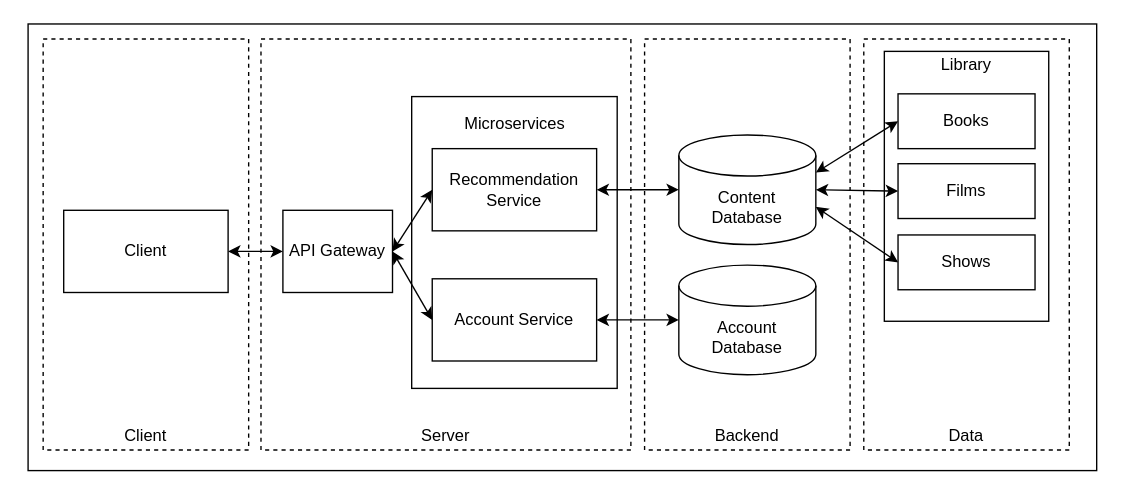
Before: app/api/CloudNativeAppArchitectureV1.drawio in JotaFilip/cn-g, a draw.io diagram. Source tidied: cells renumbered, new cells numbered last; positions are measured from the earlier drawing's top-left corner, leaving out a move shared by most shapes. Both pictures are drawn from the tidied source at 137%, with x=0, y=0 at pixel (27, 23).
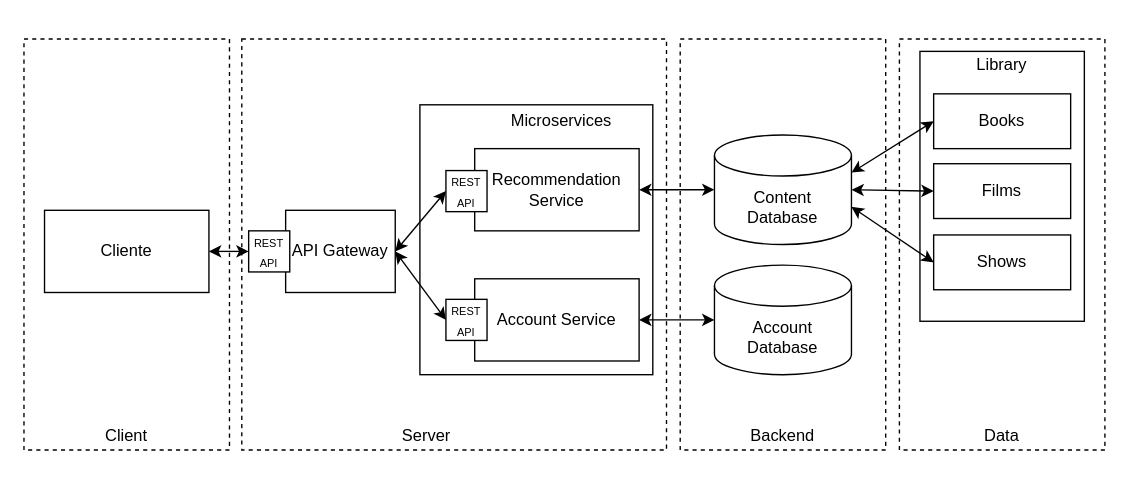
Above is the later version.

The edit, as a diff of the source:
```diff
@@
-    <mxCell id="2" style="group;" parent="1" vertex="1">
-      <mxGeometry width="780" height="326" as="geometry" />
-    </mxCell>
-    <mxCell id="3" style="rounded=0;whiteSpace=wrap;html=1;" parent="2" vertex="1">
-      <mxGeometry width="780" height="326" as="geometry" />
-    </mxCell>
-    <mxCell id="4" style="rounded=0;whiteSpace=wrap;html=1;dashed=1;fillColor=none;" parent="2" vertex="1">
-      <mxGeometry x="11" y="11" width="150" height="300" as="geometry" />
+    <mxCell id="4" style="rounded=0;whiteSpace=wrap;html=1;dashed=1;fillColor=none;" parent="1" vertex="1">
+      <mxGeometry x="-3" y="11" width="150" height="300" as="geometry" />
     </mxCell>
-    <mxCell id="5" style="rounded=0;whiteSpace=wrap;html=1;dashed=1;fillColor=none;" parent="2" vertex="1">
-      <mxGeometry x="170" y="11" width="270" height="300" as="geometry" />
+    <mxCell id="5" style="rounded=0;whiteSpace=wrap;html=1;dashed=1;fillColor=none;" parent="1" vertex="1">
+      <mxGeometry x="156" y="11" width="310" height="300" as="geometry" />
     </mxCell>
-    <mxCell id="6" style="rounded=0;whiteSpace=wrap;html=1;dashed=1;fillColor=none;" parent="2" vertex="1">
-      <mxGeometry x="610" y="11" width="150" height="300" as="geometry" />
+    <mxCell id="6" style="rounded=0;whiteSpace=wrap;html=1;dashed=1;fillColor=none;" parent="1" vertex="1">
+      <mxGeometry x="636" y="11" width="150" height="300" as="geometry" />
     </mxCell>
-    <mxCell id="7" style="rounded=0;whiteSpace=wrap;html=1;dashed=1;fillColor=none;" parent="2" vertex="1">
-      <mxGeometry x="450" y="11" width="150" height="300" as="geometry" />
+    <mxCell id="7" style="rounded=0;whiteSpace=wrap;html=1;dashed=1;fillColor=none;" parent="1" vertex="1">
+      <mxGeometry x="476" y="11" width="150" height="300" as="geometry" />
     </mxCell>
-    <mxCell id="8" value="Client" style="rounded=0;whiteSpace=wrap;html=1;" parent="2" vertex="1">
-      <mxGeometry x="26" y="136" width="120" height="60" as="geometry" />
+    <mxCell id="8" value="Cliente" style="rounded=0;whiteSpace=wrap;html=1;" parent="1" vertex="1">
+      <mxGeometry x="12" y="136" width="120" height="60" as="geometry" />
     </mxCell>
-    <mxCell id="9" value="API Gateway" style="rounded=0;whiteSpace=wrap;html=1;" parent="2" vertex="1">
-      <mxGeometry x="186" y="136" width="80" height="60" as="geometry" />
+    <mxCell id="9" value="API Gateway" style="rounded=0;whiteSpace=wrap;html=1;" parent="1" vertex="1">
+      <mxGeometry x="188" y="136" width="80" height="60" as="geometry" />
     </mxCell>
-    <mxCell id="10" value="Content&lt;br&gt;Database" style="shape=cylinder3;whiteSpace=wrap;html=1;boundedLbl=1;backgroundOutline=1;size=15;" parent="2" vertex="1">
-      <mxGeometry x="475" y="81" width="100" height="80" as="geometry" />
+    <mxCell id="10" value="Content&lt;br&gt;Database" style="shape=cylinder3;whiteSpace=wrap;html=1;boundedLbl=1;backgroundOutline=1;size=15;" parent="1" vertex="1">
+      <mxGeometry x="501" y="81" width="100" height="80" as="geometry" />
     </mxCell>
-    <mxCell id="11" value="Backend" style="text;html=1;strokeColor=none;fillColor=none;align=center;verticalAlign=middle;whiteSpace=wrap;rounded=0;dashed=1;" parent="2" vertex="1">
-      <mxGeometry x="505" y="291" width="40" height="20" as="geometry" />
+    <mxCell id="11" value="Backend" style="text;html=1;strokeColor=none;fillColor=none;align=center;verticalAlign=middle;whiteSpace=wrap;rounded=0;dashed=1;" parent="1" vertex="1">
+      <mxGeometry x="531" y="291" width="40" height="20" as="geometry" />
     </mxCell>
-    <mxCell id="12" style="rounded=0;whiteSpace=wrap;html=1;fillColor=none;" parent="2" vertex="1">
-      <mxGeometry x="625" y="20" width="120" height="197" as="geometry" />
+    <mxCell id="12" style="rounded=0;whiteSpace=wrap;html=1;fillColor=none;" parent="1" vertex="1">
+      <mxGeometry x="651" y="20" width="120" height="197" as="geometry" />
     </mxCell>
-    <mxCell id="13" value="Data" style="text;html=1;strokeColor=none;fillColor=none;align=center;verticalAlign=middle;whiteSpace=wrap;rounded=0;dashed=1;" parent="2" vertex="1">
-      <mxGeometry x="665" y="291" width="40" height="20" as="geometry" />
+    <mxCell id="13" value="Data" style="text;html=1;strokeColor=none;fillColor=none;align=center;verticalAlign=middle;whiteSpace=wrap;rounded=0;dashed=1;" parent="1" vertex="1">
+      <mxGeometry x="691" y="291" width="40" height="20" as="geometry" />
     </mxCell>
-    <mxCell id="14" value="Library" style="text;html=1;strokeColor=none;fillColor=none;align=center;verticalAlign=middle;whiteSpace=wrap;rounded=0;" parent="2" vertex="1">
-      <mxGeometry x="665" y="20" width="40" height="20" as="geometry" />
+    <mxCell id="14" value="Library" style="text;html=1;strokeColor=none;fillColor=none;align=center;verticalAlign=middle;whiteSpace=wrap;rounded=0;" parent="1" vertex="1">
+      <mxGeometry x="691" y="20" width="40" height="20" as="geometry" />
     </mxCell>
-    <mxCell id="15" value="Books" style="rounded=0;whiteSpace=wrap;html=1;fillColor=none;" parent="2" vertex="1">
-      <mxGeometry x="635" y="51" width="100" height="40" as="geometry" />
+    <mxCell id="15" value="Books" style="rounded=0;whiteSpace=wrap;html=1;fillColor=none;" parent="1" vertex="1">
+      <mxGeometry x="661" y="51" width="100" height="40" as="geometry" />
     </mxCell>
-    <mxCell id="16" value="Films" style="rounded=0;whiteSpace=wrap;html=1;fillColor=none;" parent="2" vertex="1">
-      <mxGeometry x="635" y="102" width="100" height="40" as="geometry" />
+    <mxCell id="16" value="Films" style="rounded=0;whiteSpace=wrap;html=1;fillColor=none;" parent="1" vertex="1">
+      <mxGeometry x="661" y="102" width="100" height="40" as="geometry" />
     </mxCell>
-    <mxCell id="17" value="Shows" style="rounded=0;whiteSpace=wrap;html=1;fillColor=none;" parent="2" vertex="1">
-      <mxGeometry x="635" y="154" width="100" height="40" as="geometry" />
+    <mxCell id="17" value="Shows" style="rounded=0;whiteSpace=wrap;html=1;fillColor=none;" parent="1" vertex="1">
+      <mxGeometry x="661" y="154" width="100" height="40" as="geometry" />
     </mxCell>
-    <mxCell id="18" value="Account&lt;br&gt;Database" style="shape=cylinder3;whiteSpace=wrap;html=1;boundedLbl=1;backgroundOutline=1;size=15;" parent="2" vertex="1">
-      <mxGeometry x="475" y="176" width="100" height="80" as="geometry" />
+    <mxCell id="18" value="Account&lt;br&gt;Database" style="shape=cylinder3;whiteSpace=wrap;html=1;boundedLbl=1;backgroundOutline=1;size=15;" parent="1" vertex="1">
+      <mxGeometry x="501" y="176" width="100" height="80" as="geometry" />
     </mxCell>
-    <mxCell id="19" style="rounded=0;whiteSpace=wrap;html=1;fillColor=none;" parent="2" vertex="1">
-      <mxGeometry x="280" y="53" width="150" height="213" as="geometry" />
-    </mxCell>
-    <mxCell id="20" value="Microservices" style="text;html=1;strokeColor=none;fillColor=none;align=center;verticalAlign=middle;whiteSpace=wrap;rounded=0;" parent="2" vertex="1">
-      <mxGeometry x="307.5" y="63" width="95" height="20" as="geometry" />
+    <mxCell id="20" value="Microservices" style="text;html=1;strokeColor=none;fillColor=none;align=center;verticalAlign=middle;whiteSpace=wrap;rounded=0;" parent="1" vertex="1">
+      <mxGeometry x="342" y="61" width="95" height="20" as="geometry" />
     </mxCell>
-    <mxCell id="21" value="Recommendation Service" style="rounded=0;whiteSpace=wrap;html=1;fillColor=none;" parent="2" vertex="1">
-      <mxGeometry x="295" y="91" width="120" height="60" as="geometry" />
+    <mxCell id="21" value="Recommendation Service" style="rounded=0;whiteSpace=wrap;html=1;fillColor=none;" parent="1" vertex="1">
+      <mxGeometry x="326" y="91" width="120" height="60" as="geometry" />
     </mxCell>
-    <mxCell id="22" value="Account Service" style="rounded=0;whiteSpace=wrap;html=1;fillColor=none;" parent="2" vertex="1">
-      <mxGeometry x="295" y="186" width="120" height="60" as="geometry" />
+    <mxCell id="22" value="Account Service" style="rounded=0;whiteSpace=wrap;html=1;fillColor=none;" parent="1" vertex="1">
+      <mxGeometry x="326" y="186" width="120" height="60" as="geometry" />
     </mxCell>
-    <mxCell id="23" style="endArrow=classic;startArrow=classic;html=1;entryX=0;entryY=0.5;entryDx=0;entryDy=0;entryPerimeter=0;exitX=1;exitY=0.5;exitDx=0;exitDy=0;" parent="2" edge="1" source="21" target="10">
+    <mxCell id="23" style="endArrow=classic;startArrow=classic;html=1;entryX=0;entryY=0.5;entryDx=0;entryDy=0;entryPerimeter=0;exitX=1;exitY=0.5;exitDx=0;exitDy=0;" parent="1" edge="1" source="21" target="10">
       <mxGeometry relative="1" as="geometry" />
     </mxCell>
-    <mxCell id="24" style="endArrow=classic;startArrow=classic;html=1;exitX=1;exitY=0.5;exitDx=0;exitDy=0;entryX=0;entryY=0.5;entryDx=0;entryDy=0;entryPerimeter=0;" parent="2" edge="1" source="22" target="18">
+    <mxCell id="24" style="endArrow=classic;startArrow=classic;html=1;exitX=1;exitY=0.5;exitDx=0;exitDy=0;entryX=0;entryY=0.5;entryDx=0;entryDy=0;entryPerimeter=0;" parent="1" edge="1" source="22" target="18">
       <mxGeometry relative="1" as="geometry" />
     </mxCell>
-    <mxCell id="25" style="endArrow=classic;startArrow=classic;html=1;exitX=1;exitY=0.5;exitDx=0;exitDy=0;entryX=0;entryY=0.5;entryDx=0;entryDy=0;" parent="2" edge="1" source="8" target="9">
+    <mxCell id="25" style="endArrow=classic;startArrow=classic;html=1;exitX=1;exitY=0.5;exitDx=0;exitDy=0;entryX=0;entryY=0.5;entryDx=0;entryDy=0;" parent="1" edge="1" source="8" target="35">
       <mxGeometry relative="1" as="geometry" />
     </mxCell>
-    <mxCell id="26" style="endArrow=classic;startArrow=classic;html=1;exitX=1;exitY=0.5;exitDx=0;exitDy=0;entryX=0;entryY=0.5;entryDx=0;entryDy=0;" parent="2" edge="1" source="9" target="21">
+    <mxCell id="26" style="endArrow=classic;startArrow=classic;html=1;exitX=1;exitY=0.5;exitDx=0;exitDy=0;entryX=0;entryY=0.5;entryDx=0;entryDy=0;" parent="1" edge="1" source="9" target="33">
       <mxGeometry relative="1" as="geometry" />
     </mxCell>
-    <mxCell id="27" style="endArrow=classic;startArrow=classic;html=1;exitX=1;exitY=0.5;exitDx=0;exitDy=0;entryX=0;entryY=0.5;entryDx=0;entryDy=0;" parent="2" edge="1" source="9" target="22">
+    <mxCell id="27" style="endArrow=classic;startArrow=classic;html=1;exitX=1;exitY=0.5;exitDx=0;exitDy=0;entryX=0;entryY=0.5;entryDx=0;entryDy=0;" parent="1" edge="1" source="9" target="34">
       <mxGeometry relative="1" as="geometry" />
     </mxCell>
-    <mxCell id="28" value="Client" style="text;html=1;strokeColor=none;fillColor=none;align=center;verticalAlign=middle;whiteSpace=wrap;rounded=0;" parent="2" vertex="1">
-      <mxGeometry x="66" y="291" width="40" height="20" as="geometry" />
+    <mxCell id="28" value="Client" style="text;html=1;strokeColor=none;fillColor=none;align=center;verticalAlign=middle;whiteSpace=wrap;rounded=0;" parent="1" vertex="1">
+      <mxGeometry x="52" y="291" width="40" height="20" as="geometry" />
     </mxCell>
-    <mxCell id="29" value="Server" style="text;html=1;strokeColor=none;fillColor=none;align=center;verticalAlign=middle;whiteSpace=wrap;rounded=0;" parent="2" vertex="1">
-      <mxGeometry x="285" y="291" width="40" height="20" as="geometry" />
+    <mxCell id="29" value="Server" style="text;html=1;strokeColor=none;fillColor=none;align=center;verticalAlign=middle;whiteSpace=wrap;rounded=0;" parent="1" vertex="1">
+      <mxGeometry x="271" y="291" width="40" height="20" as="geometry" />
     </mxCell>
-    <mxCell id="30" style="endArrow=classic;startArrow=classic;html=1;exitX=1;exitY=0;exitDx=0;exitDy=27.5;exitPerimeter=0;entryX=0;entryY=0.5;entryDx=0;entryDy=0;" parent="2" edge="1" source="10" target="15">
+    <mxCell id="30" style="endArrow=classic;startArrow=classic;html=1;exitX=1;exitY=0;exitDx=0;exitDy=27.5;exitPerimeter=0;entryX=0;entryY=0.5;entryDx=0;entryDy=0;" parent="1" edge="1" source="10" target="15">
       <mxGeometry relative="1" as="geometry" />
     </mxCell>
-    <mxCell id="31" style="endArrow=classic;startArrow=classic;html=1;exitX=1;exitY=0.5;exitDx=0;exitDy=0;exitPerimeter=0;entryX=0;entryY=0.5;entryDx=0;entryDy=0;" parent="2" edge="1" source="10" target="16">
+    <mxCell id="31" style="endArrow=classic;startArrow=classic;html=1;exitX=1;exitY=0.5;exitDx=0;exitDy=0;exitPerimeter=0;entryX=0;entryY=0.5;entryDx=0;entryDy=0;" parent="1" edge="1" source="10" target="16">
       <mxGeometry relative="1" as="geometry" />
     </mxCell>
-    <mxCell id="32" style="endArrow=classic;startArrow=classic;html=1;exitX=1;exitY=0;exitDx=0;exitDy=52.5;exitPerimeter=0;entryX=0;entryY=0.5;entryDx=0;entryDy=0;" parent="2" edge="1" source="10" target="17">
+    <mxCell id="32" style="endArrow=classic;startArrow=classic;html=1;exitX=1;exitY=0;exitDx=0;exitDy=52.5;exitPerimeter=0;entryX=0;entryY=0.5;entryDx=0;entryDy=0;" parent="1" edge="1" source="10" target="17">
       <mxGeometry relative="1" as="geometry" />
     </mxCell>
+    <mxCell id="33" value="&lt;font style=&quot;font-size: 8px&quot;&gt;REST API&lt;/font&gt;" style="whiteSpace=wrap;html=1;" parent="1" vertex="1">
+      <mxGeometry x="305" y="107" width="30" height="30" as="geometry" />
+    </mxCell>
+    <mxCell id="34" value="&lt;font style=&quot;font-size: 8px&quot;&gt;REST API&lt;/font&gt;" style="whiteSpace=wrap;html=1;" parent="1" vertex="1">
+      <mxGeometry x="305" y="201" width="30" height="30" as="geometry" />
+    </mxCell>
+    <mxCell id="35" value="&lt;font style=&quot;font-size: 8px&quot;&gt;REST API&lt;/font&gt;" style="whiteSpace=wrap;html=1;" parent="1" vertex="1">
+      <mxGeometry x="161" y="151" width="30" height="30" as="geometry" />
+    </mxCell>
+    <mxCell id="36" style="rounded=0;whiteSpace=wrap;html=1;fillColor=none;" parent="1" vertex="1">
+      <mxGeometry x="286" y="59" width="170" height="197" as="geometry" />
+    </mxCell>
```
